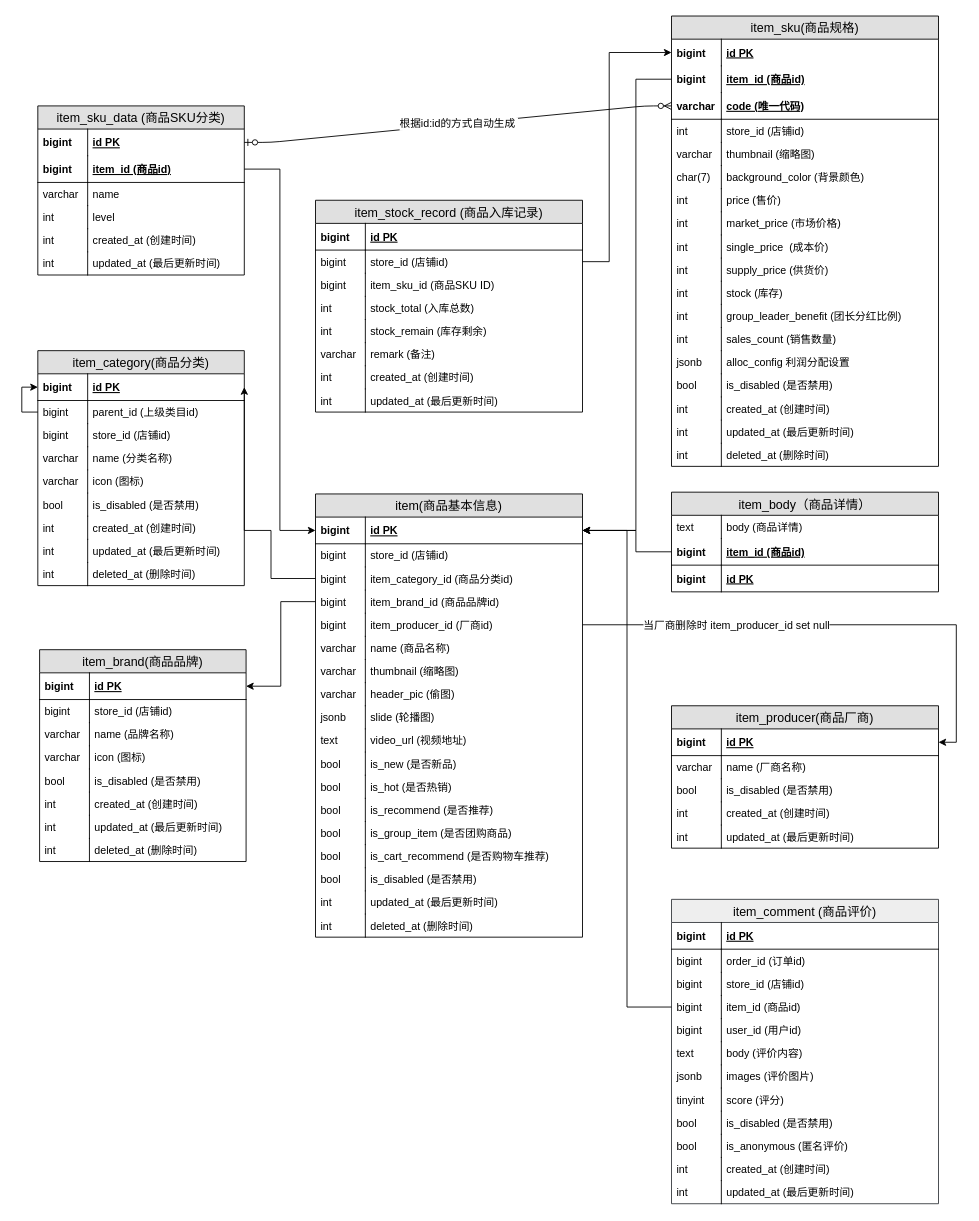
Before: 商品库存.drawio in HuangYongXuan/saas-draw, a draw.io diagram. Source tidied: cells renumbered, new cells numbered last; positions are measured from the earlier drawing's top-left corner, leaving out a move shared by most shapes. Both pictures are drawn from the tidied source at 89%, with x=0, y=0 at pixel (21, 16).
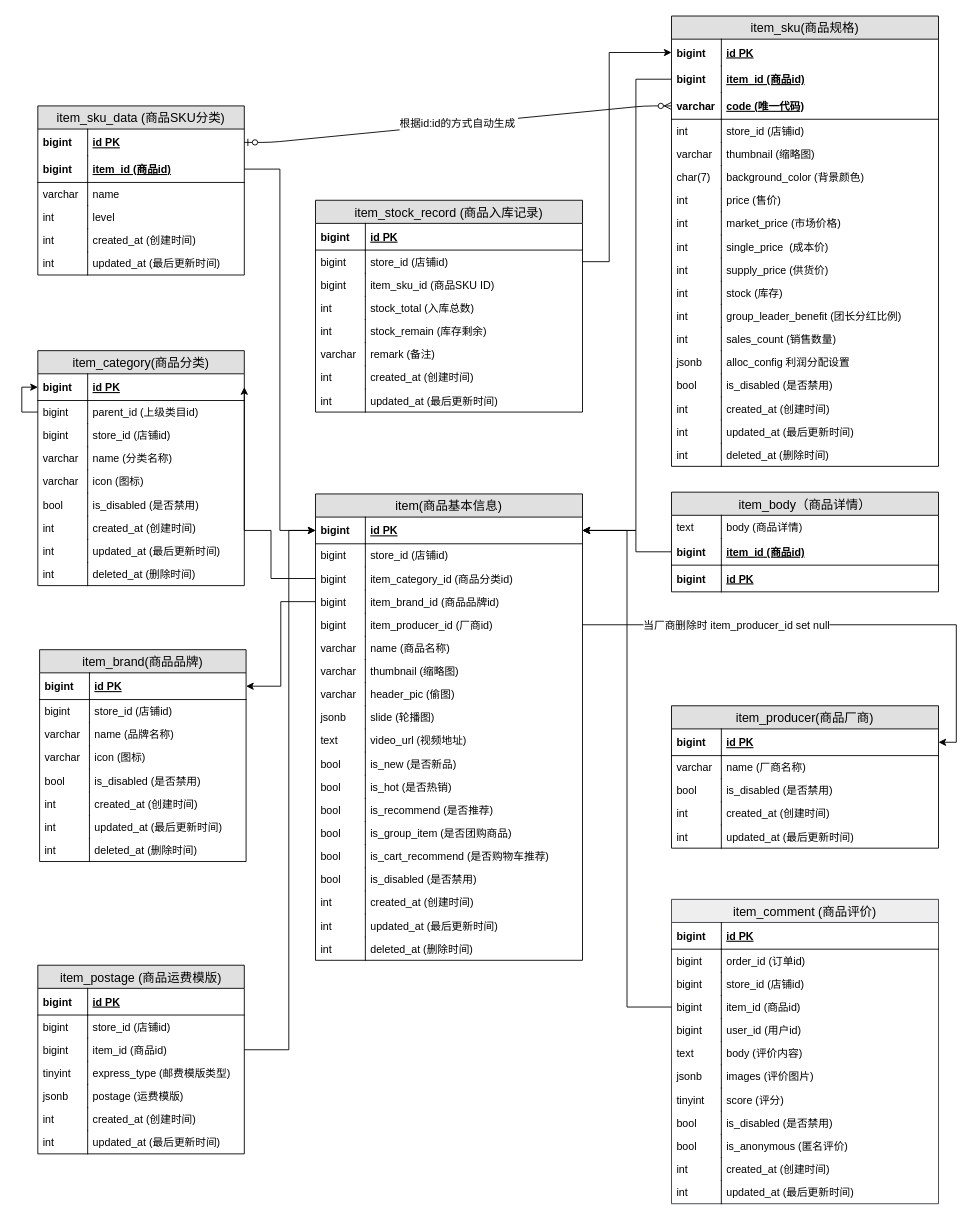
After the change.

Commit message:
增加运费模版

Unchanged cells that the change refers to:
```xml
<mxCell id="3" value="id PK" style="shape=partialRectangle;top=0;left=0;right=0;bottom=1;align=left;verticalAlign=middle;fillColor=none;spacingLeft=60;spacingRight=4;overflow=hidden;points=[[0,0.5],[1,0.5]];portConstraint=eastwest;fontStyle=5;fontSize=12;" parent="2" vertex="1">
  <mxGeometry y="26" width="300" height="30" as="geometry" />
</mxCell>
```

Diff of the diagram source:
```diff
@@
     <mxCell id="2" value="item(商品基本信息)" style="swimlane;fontStyle=0;horizontal=1;startSize=26;fillColor=#e0e0e0;swimlaneFillColor=#ffffff;align=center;fontSize=14;" parent="1" vertex="1">
-      <mxGeometry x="330" y="536.5" width="300" height="498" as="geometry" />
+      <mxGeometry x="330" y="536.5" width="300" height="524" as="geometry" />
     </mxCell>
@@
+    <mxCell id="197" value="created_at (创建时间)" style="shape=partialRectangle;top=0;left=0;right=0;bottom=0;align=left;verticalAlign=top;fillColor=none;spacingLeft=60;spacingRight=4;overflow=hidden;fontSize=12;" parent="2" vertex="1">
+      <mxGeometry y="446" width="300" height="26" as="geometry" />
+    </mxCell>
+    <mxCell id="198" value="int" style="shape=partialRectangle;top=0;left=0;bottom=0;fillColor=none;align=left;verticalAlign=top;spacingLeft=4;spacingRight=4;overflow=hidden;fontSize=12;" parent="197" vertex="1">
+      <mxGeometry width="56" height="26" as="geometry" />
+    </mxCell>
     <mxCell id="35" value="updated_at (最后更新时间)" style="shape=partialRectangle;top=0;left=0;right=0;bottom=0;align=left;verticalAlign=top;fillColor=none;spacingLeft=60;spacingRight=4;overflow=hidden;fontSize=12;" parent="2" vertex="1">
-      <mxGeometry y="446" width="300" height="26" as="geometry" />
+      <mxGeometry y="472" width="300" height="26" as="geometry" />
     </mxCell>
@@
     <mxCell id="37" value="deleted_at (删除时间)" style="shape=partialRectangle;top=0;left=0;right=0;bottom=0;align=left;verticalAlign=top;fillColor=none;spacingLeft=60;spacingRight=4;overflow=hidden;fontSize=12;" parent="2" vertex="1">
-      <mxGeometry y="472" width="300" height="26" as="geometry" />
+      <mxGeometry y="498" width="300" height="26" as="geometry" />
     </mxCell>
@@
+    <mxCell id="199" value="item_postage (商品运费模版)" style="swimlane;fontStyle=0;horizontal=1;startSize=26;fillColor=#e0e0e0;swimlaneFillColor=#ffffff;align=center;fontSize=14;" parent="1" vertex="1">
+      <mxGeometry x="18" y="1066" width="232" height="212" as="geometry" />
+    </mxCell>
+    <mxCell id="200" value="id PK" style="shape=partialRectangle;top=0;left=0;right=0;bottom=1;align=left;verticalAlign=middle;fillColor=none;spacingLeft=60;spacingRight=4;overflow=hidden;fontStyle=5;fontSize=12;" parent="199" vertex="1">
+      <mxGeometry y="26" width="232" height="30" as="geometry" />
+    </mxCell>
+    <mxCell id="201" value="bigint" style="shape=partialRectangle;fontStyle=1;top=0;left=0;bottom=0;fillColor=none;align=left;verticalAlign=middle;spacingLeft=4;spacingRight=4;overflow=hidden;fontSize=12;" parent="200" vertex="1">
+      <mxGeometry width="56" height="30" as="geometry" />
+    </mxCell>
+    <mxCell id="202" value="store_id (店铺id)" style="shape=partialRectangle;top=0;left=0;right=0;bottom=0;align=left;verticalAlign=top;fillColor=none;spacingLeft=60;spacingRight=4;overflow=hidden;fontSize=12;" parent="199" vertex="1">
+      <mxGeometry y="56" width="232" height="26" as="geometry" />
+    </mxCell>
+    <mxCell id="203" value="bigint" style="shape=partialRectangle;top=0;left=0;bottom=0;fillColor=none;align=left;verticalAlign=top;spacingLeft=4;spacingRight=4;overflow=hidden;fontSize=12;" parent="202" vertex="1">
+      <mxGeometry width="56" height="26" as="geometry" />
+    </mxCell>
+    <mxCell id="204" value="item_id (商品id)" style="shape=partialRectangle;top=0;left=0;right=0;bottom=0;align=left;verticalAlign=top;fillColor=none;spacingLeft=60;spacingRight=4;overflow=hidden;points=[[0,0.5],[1,0.5]];portConstraint=eastwest;fontSize=12;" parent="199" vertex="1">
+      <mxGeometry y="82" width="232" height="26" as="geometry" />
+    </mxCell>
+    <mxCell id="205" value="bigint" style="shape=partialRectangle;top=0;left=0;bottom=0;fillColor=none;align=left;verticalAlign=top;spacingLeft=4;spacingRight=4;overflow=hidden;fontSize=12;" parent="204" vertex="1">
+      <mxGeometry width="56" height="26" as="geometry" />
+    </mxCell>
+    <mxCell id="206" value="express_type (邮费模版类型)" style="shape=partialRectangle;top=0;left=0;right=0;bottom=0;align=left;verticalAlign=top;fillColor=none;spacingLeft=60;spacingRight=4;overflow=hidden;fontSize=12;" parent="199" vertex="1">
+      <mxGeometry y="108" width="232" height="26" as="geometry" />
+    </mxCell>
+    <mxCell id="207" value="tinyint" style="shape=partialRectangle;top=0;left=0;bottom=0;fillColor=none;align=left;verticalAlign=top;spacingLeft=4;spacingRight=4;overflow=hidden;fontSize=12;" parent="206" vertex="1">
+      <mxGeometry width="56" height="26" as="geometry" />
+    </mxCell>
+    <mxCell id="208" value="postage (运费模版)" style="shape=partialRectangle;top=0;left=0;right=0;bottom=0;align=left;verticalAlign=top;fillColor=none;spacingLeft=60;spacingRight=4;overflow=hidden;fontSize=12;" parent="199" vertex="1">
+      <mxGeometry y="134" width="232" height="26" as="geometry" />
+    </mxCell>
+    <mxCell id="209" value="jsonb" style="shape=partialRectangle;top=0;left=0;bottom=0;fillColor=none;align=left;verticalAlign=top;spacingLeft=4;spacingRight=4;overflow=hidden;fontSize=12;" parent="208" vertex="1">
+      <mxGeometry width="56" height="26" as="geometry" />
+    </mxCell>
+    <mxCell id="210" value="created_at (创建时间)" style="shape=partialRectangle;top=0;left=0;right=0;bottom=0;align=left;verticalAlign=top;fillColor=none;spacingLeft=60;spacingRight=4;overflow=hidden;fontSize=12;" parent="199" vertex="1">
+      <mxGeometry y="160" width="232" height="26" as="geometry" />
+    </mxCell>
+    <mxCell id="211" value="int" style="shape=partialRectangle;top=0;left=0;bottom=0;fillColor=none;align=left;verticalAlign=top;spacingLeft=4;spacingRight=4;overflow=hidden;fontSize=12;" parent="210" vertex="1">
+      <mxGeometry width="56" height="26" as="geometry" />
+    </mxCell>
+    <mxCell id="212" value="updated_at (最后更新时间)" style="shape=partialRectangle;top=0;left=0;right=0;bottom=0;align=left;verticalAlign=top;fillColor=none;spacingLeft=60;spacingRight=4;overflow=hidden;fontSize=12;" parent="199" vertex="1">
+      <mxGeometry y="186" width="232" height="26" as="geometry" />
+    </mxCell>
+    <mxCell id="213" value="int" style="shape=partialRectangle;top=0;left=0;bottom=0;fillColor=none;align=left;verticalAlign=top;spacingLeft=4;spacingRight=4;overflow=hidden;fontSize=12;" parent="212" vertex="1">
+      <mxGeometry width="56" height="26" as="geometry" />
+    </mxCell>
+    <mxCell id="214" style="edgeStyle=orthogonalEdgeStyle;rounded=0;jettySize=auto;html=1;exitX=1;exitY=0.5;exitDx=0;exitDy=0;entryX=0;entryY=0.5;entryDx=0;entryDy=0;" parent="1" edge="1" source="204" target="3">
+      <mxGeometry relative="1" as="geometry">
+        <Array as="points">
+          <mxPoint x="300" y="1161" />
+          <mxPoint x="300" y="578" />
+        </Array>
+      </mxGeometry>
+    </mxCell>
```
